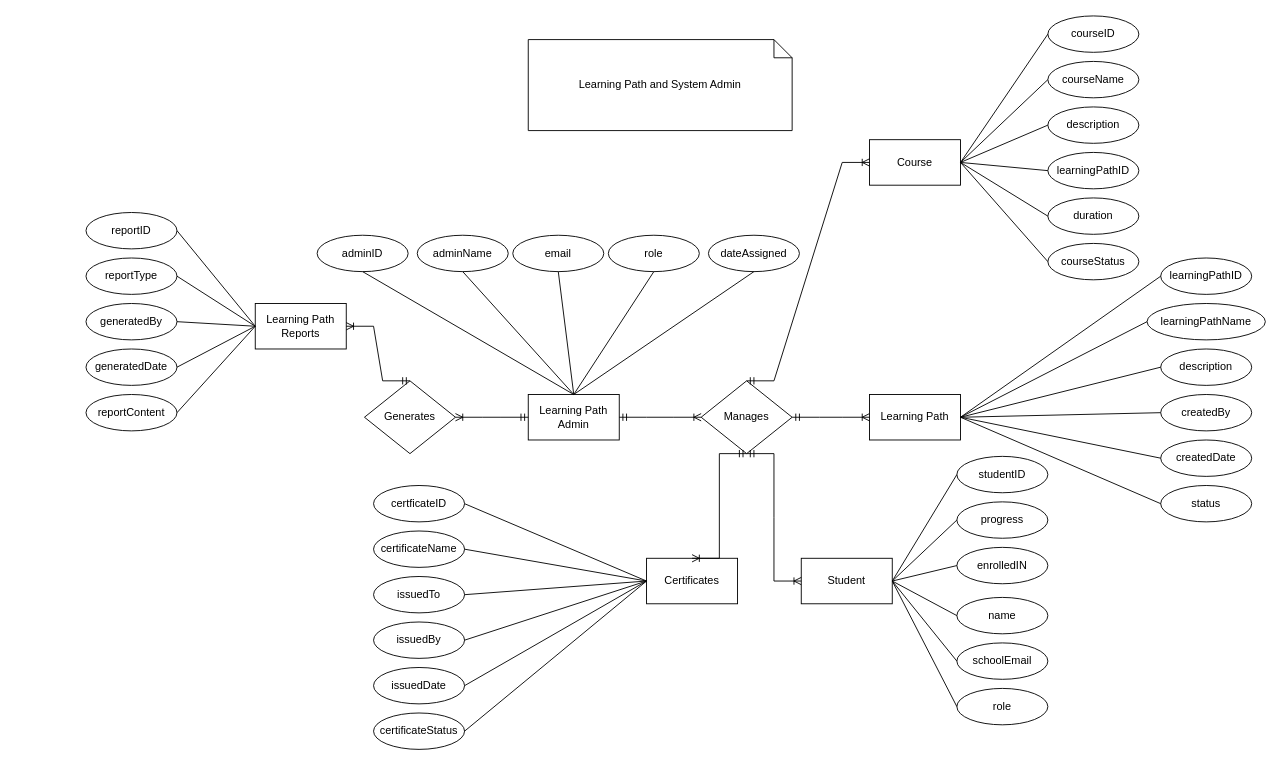
The draw.io diagram page "Page-4" (2 of 3) of SL-Activities/Task121/.drawio in rnrhltn/javanc3uc1, before the edit. Source tidied: cells renumbered, new cells numbered last; positions are measured from the earlier drawing's top-left corner, leaving out a move shared by most shapes. Both pictures are drawn from the tidied source at 91%, with x=0, y=0 at pixel (86, 15).
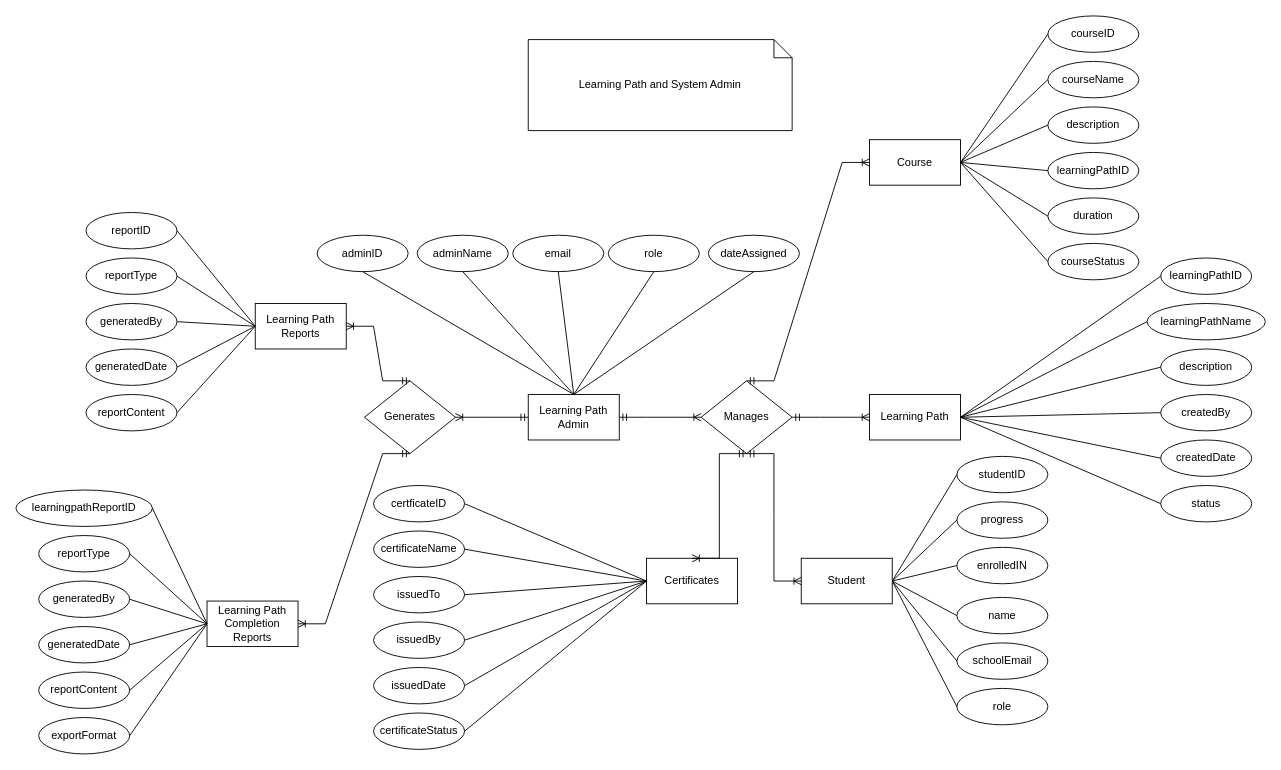
The same page after the edit.

Unchanged cells that the change refers to:
```xml
<mxCell id="14" value="Generates" style="shape=rhombus;html=1;dashed=0;whiteSpace=wrap;perimeter=rhombusPerimeter;" parent="1" vertex="1">
  <mxGeometry x="306" y="401" width="100" height="80" as="geometry" />
</mxCell>
```

What changed in the source:
```diff
@@
+    <mxCell id="86" value="Learning Path Completion Reports" style="html=1;dashed=0;whiteSpace=wrap;" parent="1" vertex="1">
+      <mxGeometry x="133" y="643" width="100" height="50" as="geometry" />
+    </mxCell>
+    <mxCell id="87" value="learningpathReportID" style="ellipse;whiteSpace=wrap;html=1;align=center;" parent="1" vertex="1">
+      <mxGeometry x="-77" y="521" width="150" height="40" as="geometry" />
+    </mxCell>
+    <mxCell id="88" style="endArrow=none;html=1;rounded=0;entryX=0;entryY=0.5;entryDx=0;entryDy=0;exitX=1;exitY=0.5;exitDx=0;exitDy=0;" parent="1" edge="1" source="87" target="86">
+      <mxGeometry relative="1" as="geometry" />
+    </mxCell>
+    <mxCell id="89" value="reportType" style="ellipse;whiteSpace=wrap;html=1;align=center;" parent="1" vertex="1">
+      <mxGeometry x="-52" y="571" width="100" height="40" as="geometry" />
+    </mxCell>
+    <mxCell id="90" value="generatedBy" style="ellipse;whiteSpace=wrap;html=1;align=center;" parent="1" vertex="1">
+      <mxGeometry x="-52" y="621" width="100" height="40" as="geometry" />
+    </mxCell>
+    <mxCell id="91" value="generatedDate" style="ellipse;whiteSpace=wrap;html=1;align=center;" parent="1" vertex="1">
+      <mxGeometry x="-52" y="671" width="100" height="40" as="geometry" />
+    </mxCell>
+    <mxCell id="92" value="reportContent" style="ellipse;whiteSpace=wrap;html=1;align=center;" parent="1" vertex="1">
+      <mxGeometry x="-52" y="721" width="100" height="40" as="geometry" />
+    </mxCell>
+    <mxCell id="93" style="endArrow=none;html=1;rounded=0;entryX=0;entryY=0.5;entryDx=0;entryDy=0;exitX=1;exitY=0.5;exitDx=0;exitDy=0;" parent="1" edge="1" source="89" target="86">
+      <mxGeometry relative="1" as="geometry" />
+    </mxCell>
+    <mxCell id="94" style="endArrow=none;html=1;rounded=0;entryX=0;entryY=0.5;entryDx=0;entryDy=0;exitX=1;exitY=0.5;exitDx=0;exitDy=0;" parent="1" edge="1" source="90" target="86">
+      <mxGeometry relative="1" as="geometry" />
+    </mxCell>
+    <mxCell id="95" style="endArrow=none;html=1;rounded=0;entryX=0;entryY=0.5;entryDx=0;entryDy=0;exitX=1;exitY=0.5;exitDx=0;exitDy=0;" parent="1" edge="1" source="91" target="86">
+      <mxGeometry relative="1" as="geometry" />
+    </mxCell>
+    <mxCell id="96" style="endArrow=none;html=1;rounded=0;entryX=0;entryY=0.5;entryDx=0;entryDy=0;exitX=1;exitY=0.5;exitDx=0;exitDy=0;" parent="1" edge="1" source="92" target="86">
+      <mxGeometry relative="1" as="geometry" />
+    </mxCell>
+    <mxCell id="97" value="exportFormat" style="ellipse;whiteSpace=wrap;html=1;align=center;" parent="1" vertex="1">
+      <mxGeometry x="-52" y="771" width="100" height="40" as="geometry" />
+    </mxCell>
+    <mxCell id="98" style="endArrow=none;html=1;rounded=0;entryX=0;entryY=0.5;entryDx=0;entryDy=0;exitX=1;exitY=0.5;exitDx=0;exitDy=0;" parent="1" edge="1" source="97" target="86">
+      <mxGeometry relative="1" as="geometry" />
+    </mxCell>
+    <mxCell id="99" style="edgeStyle=entityRelationEdgeStyle;fontSize=12;html=1;endArrow=ERoneToMany;startArrow=ERmandOne;rounded=0;exitX=0.5;exitY=1;exitDx=0;exitDy=0;entryX=1;entryY=0.5;entryDx=0;entryDy=0;" parent="1" edge="1" source="14" target="86">
+      <mxGeometry relative="1" as="geometry" />
+    </mxCell>
```
